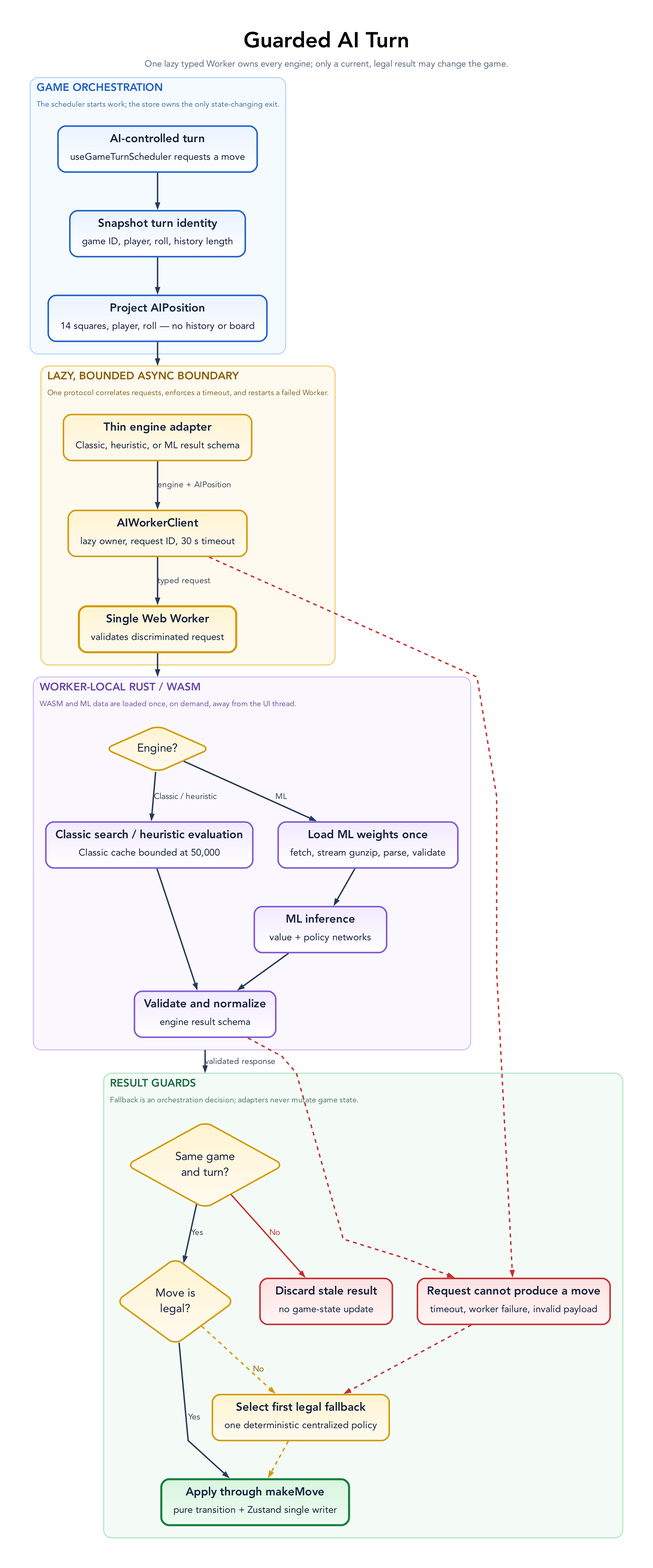
tre-systems/rgou-cloudflare keeps this Graphviz diagram as docs/diagrams/ai-turn-flow.png. Above is the earlier version. Its source is kept beside it as docs/diagrams/ai-turn-flow.dot.
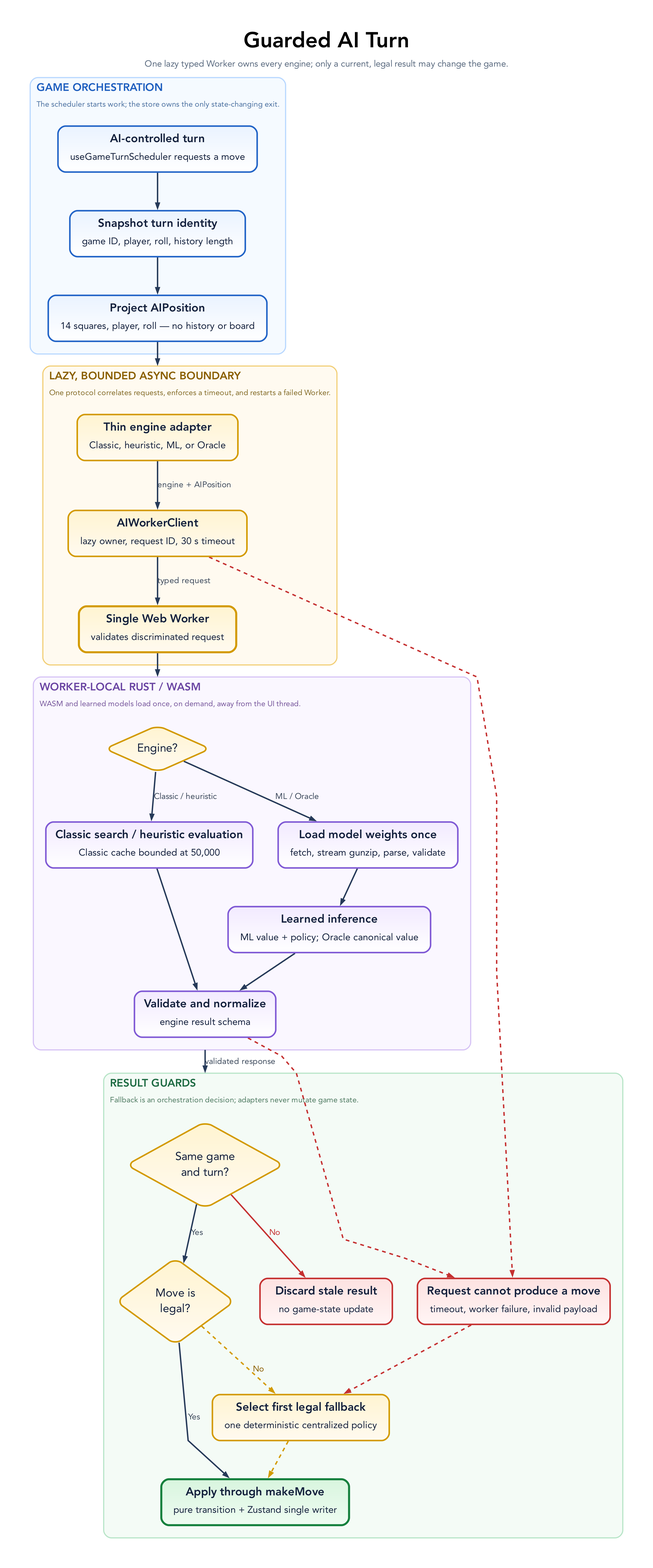
Above is the later version.

What changed in the source:
```diff
@@ -71,7 +71,7 @@
       margin=20
     ];
 
-    ADAPTER [label=<<TABLE BORDER="0" CELLBORDER="0" CELLSPACING="0" CELLPADDING="0"><TR><TD><B>Thin engine adapter</B></TD></TR><TR><TD CELLPADDING="4"><FONT POINT-SIZE="15">Classic, heuristic, or ML result schema</FONT></TD></TR></TABLE>>, fillcolor="#fff4d1:#fffaf0", color="#d39a00"];
+    ADAPTER [label=<<TABLE BORDER="0" CELLBORDER="0" CELLSPACING="0" CELLPADDING="0"><TR><TD><B>Thin engine adapter</B></TD></TR><TR><TD CELLPADDING="4"><FONT POINT-SIZE="15">Classic, heuristic, ML, or Oracle</FONT></TD></TR></TABLE>>, fillcolor="#fff4d1:#fffaf0", color="#d39a00"];
     CLIENT [label=<<TABLE BORDER="0" CELLBORDER="0" CELLSPACING="0" CELLPADDING="0"><TR><TD><B>AIWorkerClient</B></TD></TR><TR><TD CELLPADDING="4"><FONT POINT-SIZE="15">lazy owner, request ID, 30 s timeout</FONT></TD></TR></TABLE>>, fillcolor="#fff4d1:#fffaf0", color="#d39a00"];
     WORKER [label=<<TABLE BORDER="0" CELLBORDER="0" CELLSPACING="0" CELLPADDING="0"><TR><TD><B>Single Web Worker</B></TD></TR><TR><TD CELLPADDING="4"><FONT POINT-SIZE="15">validates discriminated request</FONT></TD></TR></TABLE>>, fillcolor="#fff4d1:#fffaf0", color="#d39a00", penwidth=3.2];
 
@@ -81,7 +81,7 @@
 
   subgraph cluster_core {
     graph [
-      label=<<TABLE BORDER="0" CELLBORDER="0" CELLSPACING="0" CELLPADDING="2"><TR><TD ALIGN="LEFT"><FONT POINT-SIZE="17" COLOR="#6b46a3"><B>WORKER-LOCAL RUST / WASM</B></FONT></TD></TR><TR><TD ALIGN="LEFT"><FONT POINT-SIZE="12" COLOR="#76569b">WASM and ML data are loaded once, on demand, away from the UI thread.</FONT></TD></TR></TABLE>>,
+      label=<<TABLE BORDER="0" CELLBORDER="0" CELLSPACING="0" CELLPADDING="2"><TR><TD ALIGN="LEFT"><FONT POINT-SIZE="17" COLOR="#6b46a3"><B>WORKER-LOCAL RUST / WASM</B></FONT></TD></TR><TR><TD ALIGN="LEFT"><FONT POINT-SIZE="12" COLOR="#76569b">WASM and learned models load once, on demand, away from the UI thread.</FONT></TD></TR></TABLE>>,
       labelloc=t,
       labeljust=l,
       color="#d6c3f5",
@@ -93,12 +93,12 @@
 
     ENGINE [shape=diamond, label="Engine?", width=2.0, height=1.02, fillcolor="#fff4d1:#fffaf0", color="#d39a00"];
     SEARCH [label=<<TABLE BORDER="0" CELLBORDER="0" CELLSPACING="0" CELLPADDING="0"><TR><TD><B>Classic search / heuristic evaluation</B></TD></TR><TR><TD CELLPADDING="4"><FONT POINT-SIZE="15">Classic cache bounded at 50,000</FONT></TD></TR></TABLE>>, fillcolor="#f2eaff:#ffffff", color="#805ad5"];
-    MODEL [label=<<TABLE BORDER="0" CELLBORDER="0" CELLSPACING="0" CELLPADDING="0"><TR><TD><B>Load ML weights once</B></TD></TR><TR><TD CELLPADDING="4"><FONT POINT-SIZE="15">fetch, stream gunzip, parse, validate</FONT></TD></TR></TABLE>>, fillcolor="#f2eaff:#ffffff", color="#805ad5"];
-    NETWORK [label=<<TABLE BORDER="0" CELLBORDER="0" CELLSPACING="0" CELLPADDING="0"><TR><TD><B>ML inference</B></TD></TR><TR><TD CELLPADDING="4"><FONT POINT-SIZE="15">value + policy networks</FONT></TD></TR></TABLE>>, fillcolor="#f2eaff:#ffffff", color="#805ad5"];
+    MODEL [label=<<TABLE BORDER="0" CELLBORDER="0" CELLSPACING="0" CELLPADDING="0"><TR><TD><B>Load model weights once</B></TD></TR><TR><TD CELLPADDING="4"><FONT POINT-SIZE="15">fetch, stream gunzip, parse, validate</FONT></TD></TR></TABLE>>, fillcolor="#f2eaff:#ffffff", color="#805ad5"];
+    NETWORK [label=<<TABLE BORDER="0" CELLBORDER="0" CELLSPACING="0" CELLPADDING="0"><TR><TD><B>Learned inference</B></TD></TR><TR><TD CELLPADDING="4"><FONT POINT-SIZE="15">ML value + policy; Oracle canonical value</FONT></TD></TR></TABLE>>, fillcolor="#f2eaff:#ffffff", color="#805ad5"];
     PARSE [label=<<TABLE BORDER="0" CELLBORDER="0" CELLSPACING="0" CELLPADDING="0"><TR><TD><B>Validate and normalize</B></TD></TR><TR><TD CELLPADDING="4"><FONT POINT-SIZE="15">engine result schema</FONT></TD></TR></TABLE>>, fillcolor="#f2eaff:#ffffff", color="#805ad5"];
 
     ENGINE -> SEARCH [label="Classic / heuristic"];
-    ENGINE -> MODEL [label="ML"];
+    ENGINE -> MODEL [label="ML / Oracle"];
     MODEL -> NETWORK;
     SEARCH -> PARSE;
     NETWORK -> PARSE;
```
